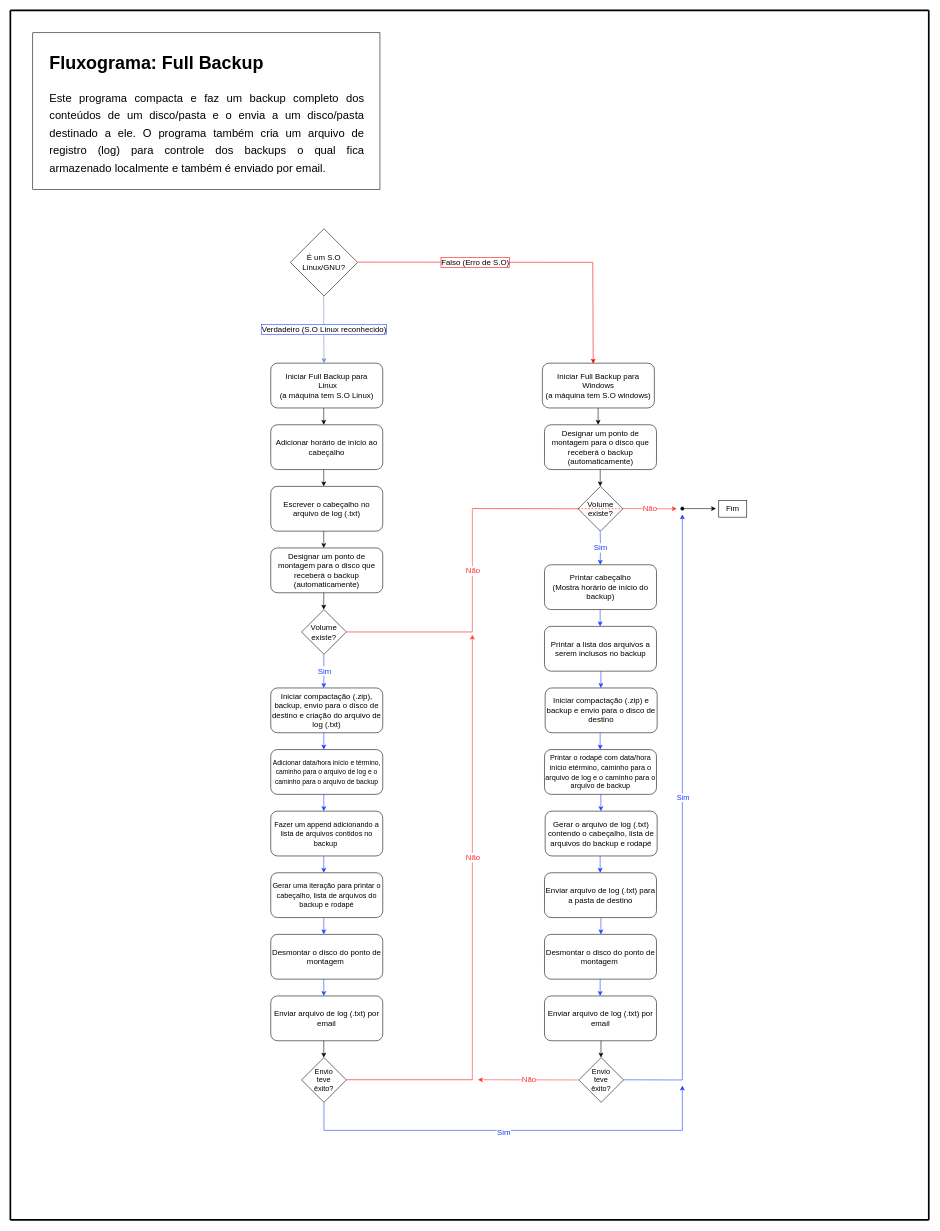
ottoguz/backup-full-project keeps this draw.io diagram as Fluxograma Full Backup.drawio. Above is the earlier version. Source tidied: cells renumbered, new cells numbered last; positions are measured from the earlier drawing's top-left corner, leaving out a move shared by most shapes. Both pictures are drawn from the tidied source at 56%, with x=0, y=0 at pixel (10, 10).
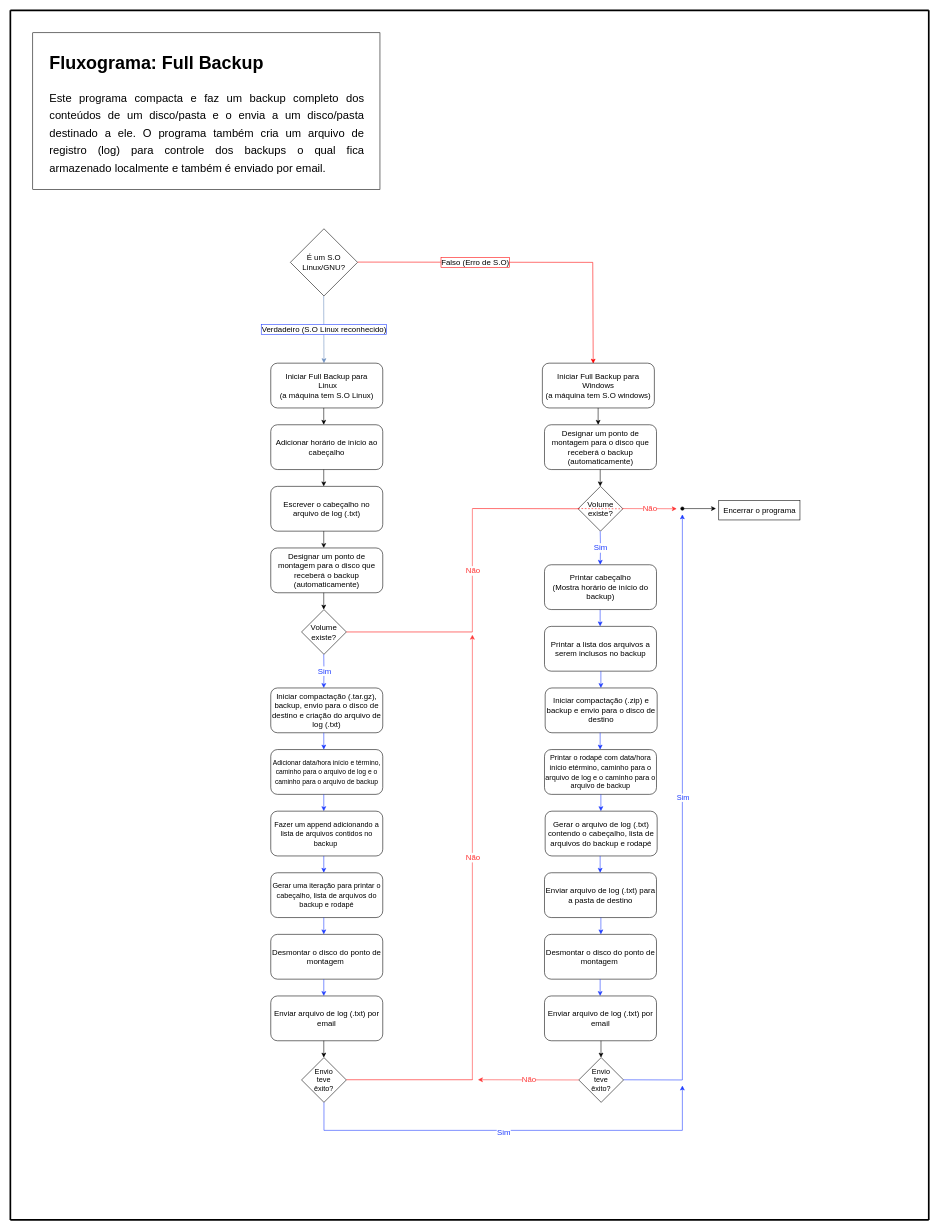
Above is the later version.

Diff of the diagram source:
```diff
@@
     <mxCell id="16" style="rounded=0;whiteSpace=wrap;html=1;labelBorderColor=none;fontSize=14;fontColor=#FF0000;strokeColor=#000000;" parent="1" vertex="1">
-      <mxGeometry x="1265" y="875" width="50" height="30" as="geometry" />
+      <mxGeometry x="1265" y="875" width="145" height="35" as="geometry" />
     </mxCell>
-    <mxCell id="17" value="Fim" style="text;html=1;strokeColor=none;fillColor=none;align=center;verticalAlign=middle;whiteSpace=wrap;rounded=0;labelBorderColor=none;fontSize=14;fontColor=#000000;" parent="1" vertex="1">
-      <mxGeometry x="1260" y="875" width="60" height="30" as="geometry" />
+    <mxCell id="17" value="Encerrar o programa" style="text;html=1;strokeColor=none;fillColor=none;align=center;verticalAlign=middle;whiteSpace=wrap;rounded=0;labelBorderColor=none;fontSize=14;fontColor=#000000;" parent="1" vertex="1">
+      <mxGeometry x="1227.5" y="875" width="220" height="35" as="geometry" />
     </mxCell>
@@
-    <mxCell id="67" value="Iniciar compactação (.zip), backup, envio para o disco de destino e criação do arquivo de log (.txt)" style="text;html=1;strokeColor=none;fillColor=none;align=center;verticalAlign=middle;whiteSpace=wrap;rounded=0;labelBorderColor=none;fontSize=14;fontColor=#000000;" parent="1" vertex="1">
+    <mxCell id="67" value="Iniciar compactação (.tar.gz), backup, envio para o disco de destino e criação do arquivo de log (.txt)" style="text;html=1;strokeColor=none;fillColor=none;align=center;verticalAlign=middle;whiteSpace=wrap;rounded=0;labelBorderColor=none;fontSize=14;fontColor=#000000;" parent="1" vertex="1">
       <mxGeometry x="461.2" y="1235" width="207.5" height="30" as="geometry" />
     </mxCell>
```
